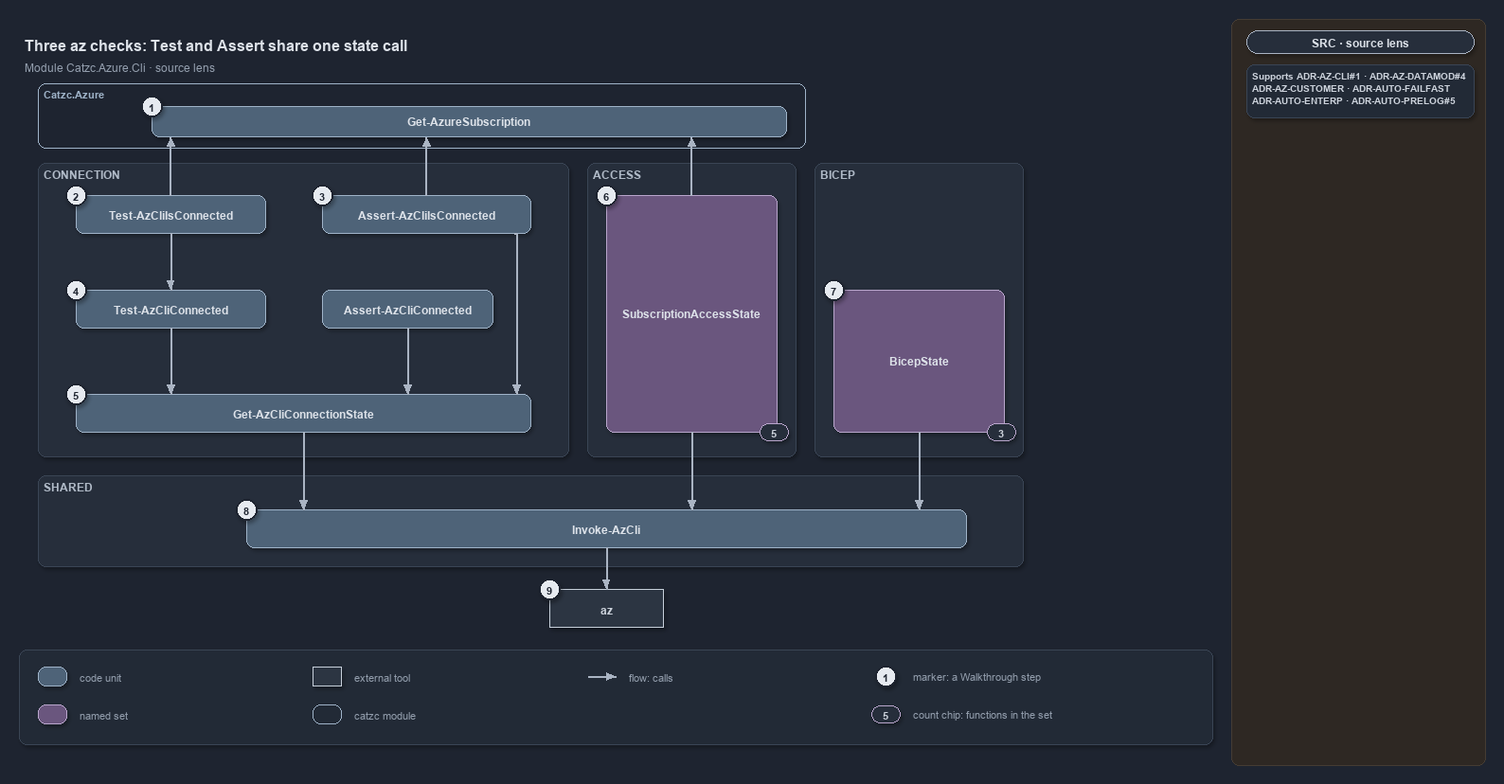
Earlier version of the draw.io export docs/references/pwsh/.assets/az-cli-test-assert-share-one-state/diagram.drawio.png (casperease/catzc). Source tidied: cells renumbered, new cells last; positions are measured from the earlier drawing's top-left corner, leaving out a move shared by most shapes. Source of this version:
```xml
<mxGraphModel background="#1E2430" shadow="1">
  <root>
    <mxCell id="0" />
    <mxCell id="1" parent="0" />
    <mxCell id="2" style="rounded=1;arcSize=2;html=1;fillColor=#2E2823;strokeColor=#453C33;shadow=0;" parent="1" vertex="1">
      <mxGeometry x="1280" width="268" height="788" as="geometry" />
    </mxCell>
    <mxCell id="3" value="Three az checks: Test and Assert share one state call" style="text;html=1;align=left;verticalAlign=middle;fontSize=16;fontStyle=1;fontColor=#DDE2E9;" parent="1" vertex="1">
      <mxGeometry y="10" width="1260" height="30" as="geometry" />
    </mxCell>
    <mxCell id="4" value="Module Catzc.Azure.Cli · source lens" style="text;html=1;align=left;verticalAlign=middle;fontSize=12;fontColor=#949FAE;" parent="1" vertex="1">
      <mxGeometry y="40" width="1260" height="20" as="geometry" />
    </mxCell>
    <mxCell id="5" value="Catzc.Azure" style="rounded=1;html=1;arcSize=6;fillColor=none;strokeColor=#9FB3C8;strokeWidth=1.5;verticalAlign=top;align=left;spacingLeft=8;fontStyle=1;fontSize=11;fontColor=#9FB3C8;shadow=0;" parent="1" vertex="1">
      <mxGeometry x="20" y="68" width="810" height="68" as="geometry" />
    </mxCell>
    <mxCell id="6" value="CONNECTION" style="rounded=1;html=1;arcSize=3;fillColor=#262E3B;strokeColor=#3A4555;verticalAlign=top;align=left;spacingLeft=8;fontStyle=1;fontSize=12;fontColor=#B0BAC7;" parent="1" vertex="1">
      <mxGeometry x="20" y="152" width="560" height="310" as="geometry" />
    </mxCell>
    <mxCell id="7" value="ACCESS" style="rounded=1;html=1;arcSize=3;fillColor=#262E3B;strokeColor=#3A4555;verticalAlign=top;align=left;spacingLeft=8;fontStyle=1;fontSize=12;fontColor=#B0BAC7;" parent="1" vertex="1">
      <mxGeometry x="600" y="152" width="220" height="310" as="geometry" />
    </mxCell>
    <mxCell id="8" value="BICEP" style="rounded=1;html=1;arcSize=3;fillColor=#262E3B;strokeColor=#3A4555;verticalAlign=top;align=left;spacingLeft=8;fontStyle=1;fontSize=12;fontColor=#B0BAC7;" parent="1" vertex="1">
      <mxGeometry x="840" y="152" width="220" height="310" as="geometry" />
    </mxCell>
    <mxCell id="9" value="SHARED" style="rounded=1;html=1;arcSize=3;fillColor=#262E3B;strokeColor=#3A4555;verticalAlign=top;align=left;spacingLeft=8;fontStyle=1;fontSize=12;fontColor=#B0BAC7;" parent="1" vertex="1">
      <mxGeometry x="20" y="482" width="1040" height="96" as="geometry" />
    </mxCell>
    <mxCell id="10" value="&lt;b&gt;Get-AzureSubscription&lt;/b&gt;" style="rounded=1;whiteSpace=wrap;html=1;arcSize=20;fillColor=#4E6378;strokeColor=#9FB3C8;fontColor=#DDE2E9;fontSize=12;" parent="1" vertex="1">
      <mxGeometry x="140" y="92" width="670" height="32" as="geometry" />
    </mxCell>
    <mxCell id="11" value="&lt;b&gt;Test-AzCliIsConnected&lt;/b&gt;" style="rounded=1;whiteSpace=wrap;html=1;arcSize=20;fillColor=#4E6378;strokeColor=#9FB3C8;fontColor=#DDE2E9;fontSize=12;" parent="1" vertex="1">
      <mxGeometry x="60" y="186" width="200" height="40" as="geometry" />
    </mxCell>
    <mxCell id="12" value="&lt;b&gt;Assert-AzCliIsConnected&lt;/b&gt;" style="rounded=1;whiteSpace=wrap;html=1;arcSize=20;fillColor=#4E6378;strokeColor=#9FB3C8;fontColor=#DDE2E9;fontSize=12;" parent="1" vertex="1">
      <mxGeometry x="320" y="186" width="220" height="40" as="geometry" />
    </mxCell>
    <mxCell id="13" value="&lt;b&gt;Test-AzCliConnected&lt;/b&gt;" style="rounded=1;whiteSpace=wrap;html=1;arcSize=20;fillColor=#4E6378;strokeColor=#9FB3C8;fontColor=#DDE2E9;fontSize=12;" parent="1" vertex="1">
      <mxGeometry x="60" y="286" width="200" height="40" as="geometry" />
    </mxCell>
    <mxCell id="14" value="&lt;b&gt;Assert-AzCliConnected&lt;/b&gt;" style="rounded=1;whiteSpace=wrap;html=1;arcSize=20;fillColor=#4E6378;strokeColor=#9FB3C8;fontColor=#DDE2E9;fontSize=12;" parent="1" vertex="1">
      <mxGeometry x="320" y="286" width="180" height="40" as="geometry" />
    </mxCell>
    <mxCell id="15" value="&lt;b&gt;Get-AzCliConnectionState&lt;/b&gt;" style="rounded=1;whiteSpace=wrap;html=1;arcSize=20;fillColor=#4E6378;strokeColor=#9FB3C8;fontColor=#DDE2E9;fontSize=12;" parent="1" vertex="1">
      <mxGeometry x="60" y="396" width="480" height="40" as="geometry" />
    </mxCell>
    <mxCell id="16" value="&lt;b&gt;SubscriptionAccessState&lt;/b&gt;" style="rounded=1;whiteSpace=wrap;html=1;arcSize=8;fillColor=#6A567E;strokeColor=#B9A6CC;fontColor=#DDE2E9;fontSize=12;" parent="1" vertex="1">
      <mxGeometry x="620" y="186" width="180" height="250" as="geometry" />
    </mxCell>
    <mxCell id="17" value="&lt;b&gt;BicepState&lt;/b&gt;" style="rounded=1;whiteSpace=wrap;html=1;arcSize=8;fillColor=#6A567E;strokeColor=#B9A6CC;fontColor=#DDE2E9;fontSize=12;" parent="1" vertex="1">
      <mxGeometry x="860" y="286" width="180" height="150" as="geometry" />
    </mxCell>
    <mxCell id="18" value="&lt;b&gt;Invoke-AzCli&lt;/b&gt;" style="rounded=1;whiteSpace=wrap;html=1;arcSize=20;fillColor=#4E6378;strokeColor=#9FB3C8;fontColor=#DDE2E9;fontSize=12;" parent="1" vertex="1">
      <mxGeometry x="240" y="518" width="760" height="40" as="geometry" />
    </mxCell>
    <mxCell id="19" value="&lt;b&gt;az&lt;/b&gt;" style="rounded=0;whiteSpace=wrap;html=1;fillColor=#2C3542;strokeColor=#C7D0DB;fontColor=#CDD3DC;fontSize=12;" parent="1" vertex="1">
      <mxGeometry x="560" y="602" width="120" height="40" as="geometry" />
    </mxCell>
    <mxCell id="20" style="text;html=1;strokeColor=none;fillColor=none;" parent="1" vertex="1">
      <mxGeometry x="160" y="124" width="1" height="1" as="geometry" />
    </mxCell>
    <mxCell id="21" style="text;html=1;strokeColor=none;fillColor=none;" parent="1" vertex="1">
      <mxGeometry x="430" y="124" width="1" height="1" as="geometry" />
    </mxCell>
    <mxCell id="22" style="text;html=1;strokeColor=none;fillColor=none;" parent="1" vertex="1">
      <mxGeometry x="710" y="124" width="1" height="1" as="geometry" />
    </mxCell>
    <mxCell id="23" style="text;html=1;strokeColor=none;fillColor=none;" parent="1" vertex="1">
      <mxGeometry x="525" y="226" width="1" height="1" as="geometry" />
    </mxCell>
    <mxCell id="24" style="text;html=1;strokeColor=none;fillColor=none;" parent="1" vertex="1">
      <mxGeometry x="410" y="396" width="1" height="1" as="geometry" />
    </mxCell>
    <mxCell id="25" style="text;html=1;strokeColor=none;fillColor=none;" parent="1" vertex="1">
      <mxGeometry x="525" y="396" width="1" height="1" as="geometry" />
    </mxCell>
    <mxCell id="26" style="text;html=1;strokeColor=none;fillColor=none;" parent="1" vertex="1">
      <mxGeometry x="160" y="396" width="1" height="1" as="geometry" />
    </mxCell>
    <mxCell id="27" style="text;html=1;strokeColor=none;fillColor=none;" parent="1" vertex="1">
      <mxGeometry x="300" y="518" width="1" height="1" as="geometry" />
    </mxCell>
    <mxCell id="28" style="text;html=1;strokeColor=none;fillColor=none;" parent="1" vertex="1">
      <mxGeometry x="710" y="518" width="1" height="1" as="geometry" />
    </mxCell>
    <mxCell id="29" style="text;html=1;strokeColor=none;fillColor=none;" parent="1" vertex="1">
      <mxGeometry x="950" y="518" width="1" height="1" as="geometry" />
    </mxCell>
    <mxCell id="30" style="edgeStyle=orthogonalEdgeStyle;rounded=1;html=1;fontSize=10;fontColor=#CDD3DC;endArrow=block;strokeColor=#AAB4C3;shadow=0;" parent="1" edge="1" source="11" target="20">
      <mxGeometry relative="1" as="geometry" />
    </mxCell>
    <mxCell id="31" style="edgeStyle=orthogonalEdgeStyle;rounded=1;html=1;fontSize=10;fontColor=#CDD3DC;endArrow=block;strokeColor=#AAB4C3;shadow=0;" parent="1" edge="1" source="12" target="21">
      <mxGeometry relative="1" as="geometry" />
    </mxCell>
    <mxCell id="32" style="edgeStyle=orthogonalEdgeStyle;rounded=1;html=1;fontSize=10;fontColor=#CDD3DC;endArrow=block;strokeColor=#AAB4C3;shadow=0;" parent="1" edge="1" source="16" target="22">
      <mxGeometry relative="1" as="geometry" />
    </mxCell>
    <mxCell id="33" style="edgeStyle=orthogonalEdgeStyle;rounded=1;html=1;fontSize=10;fontColor=#CDD3DC;endArrow=block;strokeColor=#AAB4C3;shadow=0;" parent="1" edge="1" source="11" target="13">
      <mxGeometry relative="1" as="geometry" />
    </mxCell>
    <mxCell id="34" style="edgeStyle=orthogonalEdgeStyle;rounded=1;html=1;endArrow=none;strokeColor=#AAB4C3;shadow=0;" parent="1" edge="1" source="12" target="23">
      <mxGeometry relative="1" as="geometry" />
    </mxCell>
    <mxCell id="35" style="edgeStyle=orthogonalEdgeStyle;rounded=1;html=1;fontSize=10;fontColor=#CDD3DC;endArrow=block;strokeColor=#AAB4C3;shadow=0;" parent="1" edge="1" source="23" target="25">
      <mxGeometry relative="1" as="geometry" />
    </mxCell>
    <mxCell id="36" style="edgeStyle=orthogonalEdgeStyle;rounded=1;html=1;fontSize=10;fontColor=#CDD3DC;endArrow=block;strokeColor=#AAB4C3;shadow=0;" parent="1" edge="1" source="13" target="26">
      <mxGeometry relative="1" as="geometry" />
    </mxCell>
    <mxCell id="37" style="edgeStyle=orthogonalEdgeStyle;rounded=1;html=1;fontSize=10;fontColor=#CDD3DC;endArrow=block;strokeColor=#AAB4C3;shadow=0;" parent="1" edge="1" source="14" target="24">
      <mxGeometry relative="1" as="geometry" />
    </mxCell>
    <mxCell id="38" style="edgeStyle=orthogonalEdgeStyle;rounded=1;html=1;fontSize=10;fontColor=#CDD3DC;endArrow=block;strokeColor=#AAB4C3;shadow=0;" parent="1" edge="1" source="15" target="27">
      <mxGeometry relative="1" as="geometry" />
    </mxCell>
    <mxCell id="39" style="edgeStyle=orthogonalEdgeStyle;rounded=1;html=1;fontSize=10;fontColor=#CDD3DC;endArrow=block;strokeColor=#AAB4C3;shadow=0;" parent="1" edge="1" source="16" target="28">
      <mxGeometry relative="1" as="geometry" />
    </mxCell>
    <mxCell id="40" style="edgeStyle=orthogonalEdgeStyle;rounded=1;html=1;fontSize=10;fontColor=#CDD3DC;endArrow=block;strokeColor=#AAB4C3;shadow=0;" parent="1" edge="1" source="17" target="29">
      <mxGeometry relative="1" as="geometry" />
    </mxCell>
    <mxCell id="41" style="edgeStyle=orthogonalEdgeStyle;rounded=1;html=1;fontSize=10;fontColor=#CDD3DC;endArrow=block;strokeColor=#AAB4C3;shadow=0;" parent="1" edge="1" source="18" target="19">
      <mxGeometry relative="1" as="geometry" />
    </mxCell>
    <mxCell id="42" value="5" style="rounded=1;arcSize=50;whiteSpace=wrap;html=1;fillColor=#262E3B;strokeColor=#B9A6CC;fontColor=#CDD3DC;fontStyle=1;fontSize=11;" parent="1" vertex="1">
      <mxGeometry x="782" y="427" width="30" height="18" as="geometry" />
    </mxCell>
    <mxCell id="43" value="3" style="rounded=1;arcSize=50;whiteSpace=wrap;html=1;fillColor=#262E3B;strokeColor=#B9A6CC;fontColor=#CDD3DC;fontStyle=1;fontSize=11;" parent="1" vertex="1">
      <mxGeometry x="1022" y="427" width="30" height="18" as="geometry" />
    </mxCell>
    <mxCell id="44" value="1" style="ellipse;html=1;fillColor=#E6EAF0;strokeColor=#1E2430;strokeWidth=2;fontColor=#1E2430;fontStyle=1;fontSize=11;" parent="1" vertex="1">
      <mxGeometry x="129" y="81" width="22" height="22" as="geometry" />
    </mxCell>
    <mxCell id="45" value="2" style="ellipse;html=1;fillColor=#E6EAF0;strokeColor=#1E2430;strokeWidth=2;fontColor=#1E2430;fontStyle=1;fontSize=11;" parent="1" vertex="1">
      <mxGeometry x="49" y="175" width="22" height="22" as="geometry" />
    </mxCell>
    <mxCell id="46" value="3" style="ellipse;html=1;fillColor=#E6EAF0;strokeColor=#1E2430;strokeWidth=2;fontColor=#1E2430;fontStyle=1;fontSize=11;" parent="1" vertex="1">
      <mxGeometry x="309" y="175" width="22" height="22" as="geometry" />
    </mxCell>
    <mxCell id="47" value="4" style="ellipse;html=1;fillColor=#E6EAF0;strokeColor=#1E2430;strokeWidth=2;fontColor=#1E2430;fontStyle=1;fontSize=11;" parent="1" vertex="1">
      <mxGeometry x="49" y="275" width="22" height="22" as="geometry" />
    </mxCell>
    <mxCell id="48" value="5" style="ellipse;html=1;fillColor=#E6EAF0;strokeColor=#1E2430;strokeWidth=2;fontColor=#1E2430;fontStyle=1;fontSize=11;" parent="1" vertex="1">
      <mxGeometry x="49" y="385" width="22" height="22" as="geometry" />
    </mxCell>
    <mxCell id="49" value="6" style="ellipse;html=1;fillColor=#E6EAF0;strokeColor=#1E2430;strokeWidth=2;fontColor=#1E2430;fontStyle=1;fontSize=11;" parent="1" vertex="1">
      <mxGeometry x="609" y="175" width="22" height="22" as="geometry" />
    </mxCell>
    <mxCell id="50" value="7" style="ellipse;html=1;fillColor=#E6EAF0;strokeColor=#1E2430;strokeWidth=2;fontColor=#1E2430;fontStyle=1;fontSize=11;" parent="1" vertex="1">
      <mxGeometry x="849" y="275" width="22" height="22" as="geometry" />
    </mxCell>
    <mxCell id="51" value="8" style="ellipse;html=1;fillColor=#E6EAF0;strokeColor=#1E2430;strokeWidth=2;fontColor=#1E2430;fontStyle=1;fontSize=11;" parent="1" vertex="1">
      <mxGeometry x="229" y="507" width="22" height="22" as="geometry" />
    </mxCell>
    <mxCell id="52" value="9" style="ellipse;html=1;fillColor=#E6EAF0;strokeColor=#1E2430;strokeWidth=2;fontColor=#1E2430;fontStyle=1;fontSize=11;" parent="1" vertex="1">
      <mxGeometry x="549" y="591" width="22" height="22" as="geometry" />
    </mxCell>
    <mxCell id="53" style="rounded=1;arcSize=6;html=1;fillColor=#222A36;strokeColor=#3A4555;" parent="1" vertex="1">
      <mxGeometry y="666" width="1260" height="100" as="geometry" />
    </mxCell>
    <mxCell id="54" style="rounded=1;whiteSpace=wrap;html=1;arcSize=20;fillColor=#4E6378;strokeColor=#9FB3C8;" parent="1" vertex="1">
      <mxGeometry x="20" y="684" width="30" height="20" as="geometry" />
    </mxCell>
    <mxCell id="55" value="code unit" style="text;html=1;align=left;verticalAlign=middle;fontSize=11;fontColor=#949FAE;" parent="1" vertex="1">
      <mxGeometry x="58" y="684" width="200" height="20" as="geometry" />
    </mxCell>
    <mxCell id="56" style="rounded=1;whiteSpace=wrap;html=1;arcSize=20;fillColor=#6A567E;strokeColor=#B9A6CC;" parent="1" vertex="1">
      <mxGeometry x="20" y="724" width="30" height="20" as="geometry" />
    </mxCell>
    <mxCell id="57" value="named set" style="text;html=1;align=left;verticalAlign=middle;fontSize=11;fontColor=#949FAE;" parent="1" vertex="1">
      <mxGeometry x="58" y="724" width="200" height="20" as="geometry" />
    </mxCell>
    <mxCell id="58" style="rounded=0;whiteSpace=wrap;html=1;fillColor=#2C3542;strokeColor=#C7D0DB;" parent="1" vertex="1">
      <mxGeometry x="310" y="684" width="30" height="20" as="geometry" />
    </mxCell>
    <mxCell id="59" value="external tool" style="text;html=1;align=left;verticalAlign=middle;fontSize=11;fontColor=#949FAE;" parent="1" vertex="1">
      <mxGeometry x="348" y="684" width="200" height="20" as="geometry" />
    </mxCell>
    <mxCell id="60" style="rounded=1;html=1;arcSize=6;fillColor=none;strokeColor=#9FB3C8;strokeWidth=1.5;shadow=0;" parent="1" vertex="1">
      <mxGeometry x="310" y="724" width="30" height="20" as="geometry" />
    </mxCell>
    <mxCell id="61" value="catzc module" style="text;html=1;align=left;verticalAlign=middle;fontSize=11;fontColor=#949FAE;" parent="1" vertex="1">
      <mxGeometry x="348" y="724" width="200" height="20" as="geometry" />
    </mxCell>
    <mxCell id="62" style="text;html=1;strokeColor=none;fillColor=none;" parent="1" vertex="1">
      <mxGeometry x="600" y="694" width="1" height="1" as="geometry" />
    </mxCell>
    <mxCell id="63" style="text;html=1;strokeColor=none;fillColor=none;" parent="1" vertex="1">
      <mxGeometry x="630" y="694" width="1" height="1" as="geometry" />
    </mxCell>
    <mxCell id="64" style="edgeStyle=orthogonalEdgeStyle;rounded=1;html=1;endArrow=block;strokeColor=#AAB4C3;shadow=0;" parent="1" edge="1" source="62" target="63">
      <mxGeometry relative="1" as="geometry" />
    </mxCell>
    <mxCell id="65" value="flow: calls" style="text;html=1;align=left;verticalAlign=middle;fontSize=11;fontColor=#949FAE;" parent="1" vertex="1">
      <mxGeometry x="638" y="684" width="220" height="20" as="geometry" />
    </mxCell>
    <mxCell id="66" value="1" style="ellipse;html=1;fillColor=#E6EAF0;strokeColor=#1E2430;strokeWidth=2;fontColor=#1E2430;fontStyle=1;fontSize=11;" parent="1" vertex="1">
      <mxGeometry x="904" y="683" width="22" height="22" as="geometry" />
    </mxCell>
    <mxCell id="67" value="marker: a Walkthrough step" style="text;html=1;align=left;verticalAlign=middle;fontSize=11;fontColor=#949FAE;" parent="1" vertex="1">
      <mxGeometry x="938" y="684" width="220" height="20" as="geometry" />
    </mxCell>
    <mxCell id="68" value="5" style="rounded=1;arcSize=50;whiteSpace=wrap;html=1;fillColor=#262E3B;strokeColor=#B9A6CC;fontColor=#CDD3DC;fontStyle=1;fontSize=11;" parent="1" vertex="1">
      <mxGeometry x="900" y="725" width="30" height="18" as="geometry" />
    </mxCell>
    <mxCell id="69" value="count chip: functions in the set" style="text;html=1;align=left;verticalAlign=middle;fontSize=11;fontColor=#949FAE;" parent="1" vertex="1">
      <mxGeometry x="938" y="724" width="300" height="20" as="geometry" />
    </mxCell>
    <mxCell id="70" value="SRC · source lens" style="rounded=1;arcSize=50;whiteSpace=wrap;html=1;fillColor=#262E3B;strokeColor=#AAB4C3;fontColor=#DDE2E9;fontStyle=1;fontSize=12;" parent="1" vertex="1">
      <mxGeometry x="1296" y="12" width="240" height="24" as="geometry" />
    </mxCell>
    <mxCell id="71" value="&lt;b&gt;Supports&lt;/b&gt; ADR-AZ-CLI#1 · ADR-AZ-DATAMOD#4&lt;br&gt;ADR-AZ-CUSTOMER · ADR-AUTO-FAILFAST&lt;br&gt;ADR-AUTO-ENTERP · ADR-AUTO-PRELOG#5" style="rounded=1;arcSize=6;whiteSpace=wrap;html=1;align=left;verticalAlign=top;spacingLeft=6;fontSize=10.5;fontColor=#CDD3DC;fillColor=#222A36;strokeColor=#3A4555;" parent="1" vertex="1">
      <mxGeometry x="1296" y="48" width="240" height="56" as="geometry" />
    </mxCell>
  </root>
</mxGraphModel>
```
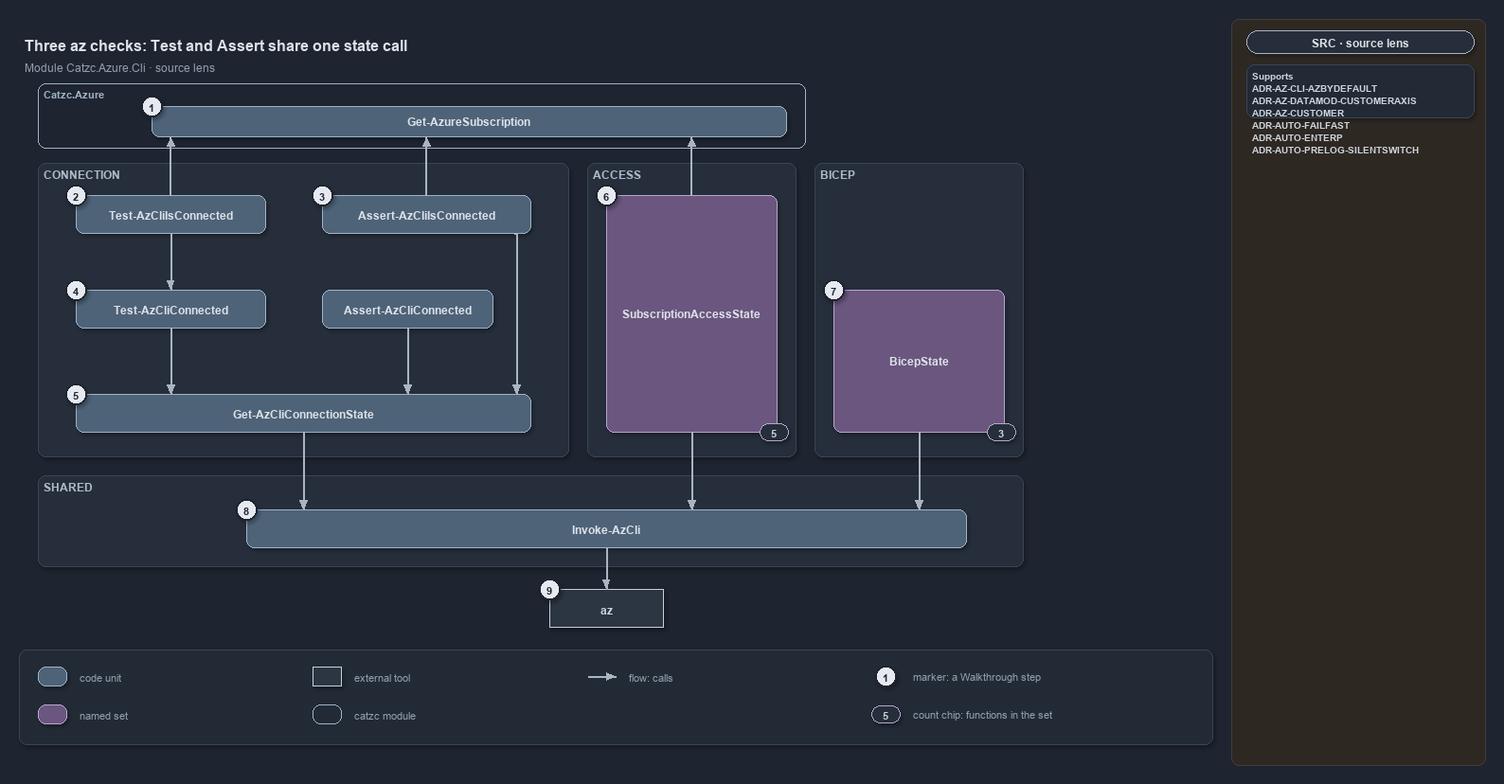
The same diagram one commit later.

The edit, as a diff of the source:
```diff
@@ -209,7 +209,7 @@
     <mxCell id="70" value="SRC · source lens" style="rounded=1;arcSize=50;whiteSpace=wrap;html=1;fillColor=#262E3B;strokeColor=#AAB4C3;fontColor=#DDE2E9;fontStyle=1;fontSize=12;" parent="1" vertex="1">
       <mxGeometry x="1296" y="12" width="240" height="24" as="geometry" />
     </mxCell>
-    <mxCell id="71" value="&lt;b&gt;Supports&lt;/b&gt; ADR-AZ-CLI#1 · ADR-AZ-DATAMOD#4&lt;br&gt;ADR-AZ-CUSTOMER · ADR-AUTO-FAILFAST&lt;br&gt;ADR-AUTO-ENTERP · ADR-AUTO-PRELOG#5" style="rounded=1;arcSize=6;whiteSpace=wrap;html=1;align=left;verticalAlign=top;spacingLeft=6;fontSize=10.5;fontColor=#CDD3DC;fillColor=#222A36;strokeColor=#3A4555;" parent="1" vertex="1">
+    <mxCell id="71" value="&lt;b&gt;Supports&lt;/b&gt;&lt;br&gt;ADR-AZ-CLI-AZBYDEFAULT&lt;br&gt;ADR-AZ-DATAMOD-CUSTOMERAXIS&lt;br&gt;ADR-AZ-CUSTOMER&lt;br&gt;ADR-AUTO-FAILFAST&lt;br&gt;ADR-AUTO-ENTERP&lt;br&gt;ADR-AUTO-PRELOG-SILENTSWITCH" style="rounded=1;arcSize=6;whiteSpace=wrap;html=1;align=left;verticalAlign=top;spacingLeft=6;fontSize=10.5;fontColor=#CDD3DC;fillColor=#222A36;strokeColor=#3A4555;" parent="1" vertex="1">
       <mxGeometry x="1296" y="48" width="240" height="56" as="geometry" />
     </mxCell>
   </root>
```
